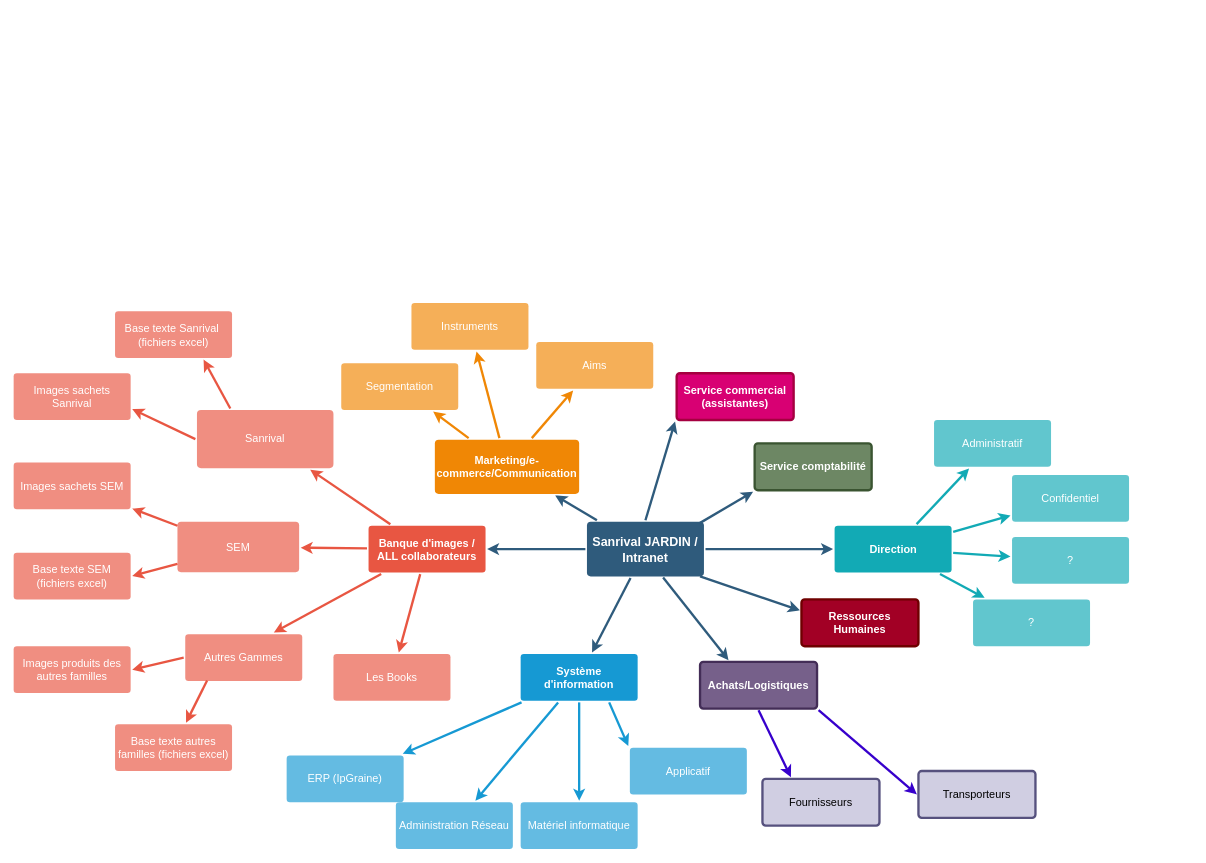
This is Untitled Diagram.drawio from abretaire/repo_antoine, a draw.io file, before an edit. Source tidied: cells renumbered, new cells numbered last; positions are measured from the earlier drawing's top-left corner, leaving out a move shared by most shapes. Both pictures are drawn from the tidied source at 78%, with x=0, y=0 at pixel (13, 303).
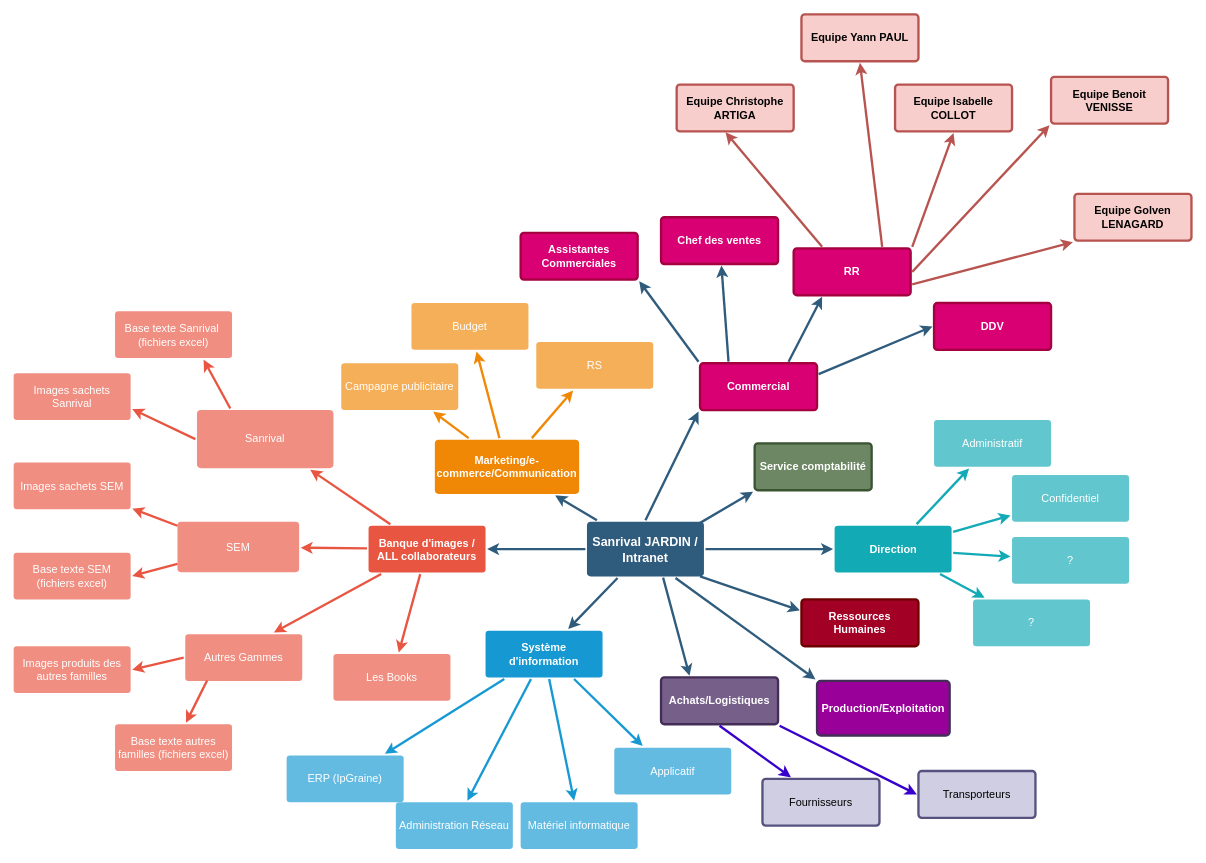
Above is the later version.

Commit message:
Architecture SI Sanrival JARDIN.drawio

The change refers to these unchanged cells:
```xml
<mxCell id="6" value="Sanrival JARDIN / Intranet" style="rounded=1;whiteSpace=wrap;html=1;shadow=0;labelBackgroundColor=none;strokeColor=none;strokeWidth=3;fillColor=#2F5B7C;fontFamily=Helvetica;fontSize=16;fontColor=#FFFFFF;align=center;fontStyle=1;spacing=5;arcSize=7;perimeterSpacing=2;" parent="1" vertex="1">
  <mxGeometry x="735" y="280.5" width="150" height="70" as="geometry" />
</mxCell>
```

Diff of the diagram source:
```diff
@@
     <mxCell id="17" value="Système d'information" style="rounded=1;whiteSpace=wrap;html=1;shadow=0;labelBackgroundColor=none;strokeColor=none;strokeWidth=3;fillColor=#1699d3;fontFamily=Helvetica;fontSize=14;fontColor=#FFFFFF;align=center;spacing=5;fontStyle=1;arcSize=7;perimeterSpacing=2;" parent="1" vertex="1">
-      <mxGeometry x="650" y="450" width="150" height="60" as="geometry" />
+      <mxGeometry x="605" y="420" width="150" height="60" as="geometry" />
     </mxCell>
@@
-    <mxCell id="22" value="Aims&lt;br&gt;" style="rounded=1;whiteSpace=wrap;html=1;shadow=0;labelBackgroundColor=none;strokeColor=none;strokeWidth=3;fillColor=#f5af58;fontFamily=Helvetica;fontSize=14;fontColor=#FFFFFF;align=center;spacing=5;arcSize=7;perimeterSpacing=2;" parent="1" vertex="1">
+    <mxCell id="22" value="RS" style="rounded=1;whiteSpace=wrap;html=1;shadow=0;labelBackgroundColor=none;strokeColor=none;strokeWidth=3;fillColor=#f5af58;fontFamily=Helvetica;fontSize=14;fontColor=#FFFFFF;align=center;spacing=5;arcSize=7;perimeterSpacing=2;" parent="1" vertex="1">
       <mxGeometry x="670" y="50" width="150" height="60" as="geometry" />
     </mxCell>
@@
-    <mxCell id="24" value="Instruments" style="rounded=1;whiteSpace=wrap;html=1;shadow=0;labelBackgroundColor=none;strokeColor=none;strokeWidth=3;fillColor=#f5af58;fontFamily=Helvetica;fontSize=14;fontColor=#FFFFFF;align=center;spacing=5;arcSize=7;perimeterSpacing=2;" parent="1" vertex="1">
+    <mxCell id="24" value="Budget" style="rounded=1;whiteSpace=wrap;html=1;shadow=0;labelBackgroundColor=none;strokeColor=none;strokeWidth=3;fillColor=#f5af58;fontFamily=Helvetica;fontSize=14;fontColor=#FFFFFF;align=center;spacing=5;arcSize=7;perimeterSpacing=2;" parent="1" vertex="1">
       <mxGeometry x="510" width="150" height="60" as="geometry" />
     </mxCell>
@@
-    <mxCell id="26" value="Segmentation" style="rounded=1;whiteSpace=wrap;html=1;shadow=0;labelBackgroundColor=none;strokeColor=none;strokeWidth=3;fillColor=#f5af58;fontFamily=Helvetica;fontSize=14;fontColor=#FFFFFF;align=center;spacing=5;arcSize=7;perimeterSpacing=2;" parent="1" vertex="1">
+    <mxCell id="26" value="Campagne publicitaire" style="rounded=1;whiteSpace=wrap;html=1;shadow=0;labelBackgroundColor=none;strokeColor=none;strokeWidth=3;fillColor=#f5af58;fontFamily=Helvetica;fontSize=14;fontColor=#FFFFFF;align=center;spacing=5;arcSize=7;perimeterSpacing=2;" parent="1" vertex="1">
       <mxGeometry x="420" y="77.2" width="150" height="60" as="geometry" />
     </mxCell>
@@
-    <mxCell id="51" style="edgeStyle=none;rounded=0;jumpStyle=none;html=1;shadow=0;labelBackgroundColor=none;startArrow=none;startFill=0;endArrow=classic;endFill=1;jettySize=auto;strokeColor=#1699D3;strokeWidth=3;fontFamily=Helvetica;fontSize=14;fontColor=#FFFFFF;spacing=5;entryX=0;entryY=0;entryDx=0;entryDy=0;exitX=0.75;exitY=1;exitDx=0;exitDy=0;" parent="1" edge="1" source="17" target="52">
+    <mxCell id="51" style="edgeStyle=none;rounded=0;jumpStyle=none;html=1;shadow=0;labelBackgroundColor=none;startArrow=none;startFill=0;endArrow=classic;endFill=1;jettySize=auto;strokeColor=#1699D3;strokeWidth=3;fontFamily=Helvetica;fontSize=14;fontColor=#FFFFFF;spacing=5;entryX=0.25;entryY=0;entryDx=0;entryDy=0;exitX=0.75;exitY=1;exitDx=0;exitDy=0;" parent="1" edge="1" source="17" target="52">
       <mxGeometry relative="1" as="geometry" />
     </mxCell>
     <mxCell id="52" value="Applicatif" style="rounded=1;whiteSpace=wrap;html=1;shadow=0;labelBackgroundColor=none;strokeColor=none;strokeWidth=3;fillColor=#64bbe2;fontFamily=Helvetica;fontSize=14;fontColor=#FFFFFF;align=center;spacing=5;arcSize=7;perimeterSpacing=2;" parent="1" vertex="1">
-      <mxGeometry x="790" y="570" width="150" height="60" as="geometry" />
+      <mxGeometry x="770" y="570" width="150" height="60" as="geometry" />
     </mxCell>
@@
     <mxCell id="57" value="Achats/Logistiques" style="rounded=1;whiteSpace=wrap;html=1;shadow=0;labelBackgroundColor=none;strokeColor=#432D57;strokeWidth=3;fillColor=#76608a;fontFamily=Helvetica;fontSize=14;fontColor=#ffffff;align=center;spacing=5;fontStyle=1;arcSize=7;perimeterSpacing=2;" parent="1" vertex="1">
-      <mxGeometry x="880" y="460" width="150" height="60" as="geometry" />
+      <mxGeometry x="830" y="480" width="150" height="60" as="geometry" />
     </mxCell>
@@
-    <mxCell id="64" value="Service commercial (assistantes)" style="rounded=1;whiteSpace=wrap;html=1;shadow=0;labelBackgroundColor=none;strokeColor=#A50040;strokeWidth=3;fillColor=#d80073;fontFamily=Helvetica;fontSize=14;fontColor=#ffffff;align=center;spacing=5;fontStyle=1;arcSize=7;perimeterSpacing=2;" parent="1" vertex="1">
-      <mxGeometry x="850" y="90" width="150" height="60" as="geometry" />
+    <mxCell id="64" value="Commercial" style="rounded=1;whiteSpace=wrap;html=1;shadow=0;labelBackgroundColor=none;strokeColor=#A50040;strokeWidth=3;fillColor=#d80073;fontFamily=Helvetica;fontSize=14;fontColor=#ffffff;align=center;spacing=5;fontStyle=1;arcSize=7;perimeterSpacing=2;" parent="1" vertex="1">
+      <mxGeometry x="880" y="77.2" width="150" height="60" as="geometry" />
     </mxCell>
+    <mxCell id="65" style="edgeStyle=none;rounded=0;jumpStyle=none;html=1;shadow=0;labelBackgroundColor=none;startArrow=none;startFill=0;endArrow=classic;endFill=1;jettySize=auto;strokeColor=#2F5B7C;strokeWidth=3;fontFamily=Helvetica;fontSize=16;fontColor=#23445D;spacing=5;exitX=0.25;exitY=0;exitDx=0;exitDy=0;" parent="1" edge="1" source="64" target="66">
+      <mxGeometry relative="1" as="geometry" />
+    </mxCell>
+    <mxCell id="66" value="Chef des ventes" style="rounded=1;whiteSpace=wrap;html=1;shadow=0;labelBackgroundColor=none;strokeColor=#A50040;strokeWidth=3;fillColor=#d80073;fontFamily=Helvetica;fontSize=14;fontColor=#ffffff;align=center;spacing=5;fontStyle=1;arcSize=7;perimeterSpacing=2;" parent="1" vertex="1">
+      <mxGeometry x="830" y="-110" width="150" height="60" as="geometry" />
+    </mxCell>
+    <mxCell id="67" value="RR" style="rounded=1;whiteSpace=wrap;html=1;shadow=0;labelBackgroundColor=none;strokeColor=#A50040;strokeWidth=3;fillColor=#d80073;fontFamily=Helvetica;fontSize=14;fontColor=#ffffff;align=center;spacing=5;fontStyle=1;arcSize=7;perimeterSpacing=2;" parent="1" vertex="1">
+      <mxGeometry x="1000" y="-70" width="150" height="60" as="geometry" />
+    </mxCell>
+    <mxCell id="68" style="edgeStyle=none;rounded=0;jumpStyle=none;html=1;shadow=0;labelBackgroundColor=none;startArrow=none;startFill=0;endArrow=classic;endFill=1;jettySize=auto;strokeColor=#2F5B7C;strokeWidth=3;fontFamily=Helvetica;fontSize=16;fontColor=#23445D;spacing=5;exitX=0.75;exitY=0;exitDx=0;exitDy=0;entryX=0.25;entryY=1;entryDx=0;entryDy=0;" parent="1" edge="1" source="64" target="67">
+      <mxGeometry relative="1" as="geometry" />
+    </mxCell>
+    <mxCell id="69" value="DDV" style="rounded=1;whiteSpace=wrap;html=1;shadow=0;labelBackgroundColor=none;strokeColor=#A50040;strokeWidth=3;fillColor=#d80073;fontFamily=Helvetica;fontSize=14;fontColor=#ffffff;align=center;spacing=5;fontStyle=1;arcSize=7;perimeterSpacing=2;" parent="1" vertex="1">
+      <mxGeometry x="1180" width="150" height="60" as="geometry" />
+    </mxCell>
+    <mxCell id="70" style="edgeStyle=none;rounded=0;jumpStyle=none;html=1;shadow=0;labelBackgroundColor=none;startArrow=none;startFill=0;endArrow=classic;endFill=1;jettySize=auto;strokeColor=#2F5B7C;strokeWidth=3;fontFamily=Helvetica;fontSize=16;fontColor=#23445D;spacing=5;exitX=1;exitY=0.25;exitDx=0;exitDy=0;entryX=0;entryY=0.5;entryDx=0;entryDy=0;" parent="1" edge="1" source="64" target="69">
+      <mxGeometry relative="1" as="geometry" />
+    </mxCell>
+    <mxCell id="71" value="Equipe Christophe ARTIGA" style="rounded=1;whiteSpace=wrap;html=1;shadow=0;labelBackgroundColor=none;strokeColor=#b85450;strokeWidth=3;fillColor=#f8cecc;fontFamily=Helvetica;fontSize=14;align=center;spacing=5;fontStyle=1;arcSize=7;perimeterSpacing=2;" parent="1" vertex="1">
+      <mxGeometry x="850" y="-280" width="150" height="60" as="geometry" />
+    </mxCell>
+    <mxCell id="72" style="edgeStyle=none;rounded=0;jumpStyle=none;html=1;shadow=0;labelBackgroundColor=none;startArrow=none;startFill=0;endArrow=classic;endFill=1;jettySize=auto;strokeColor=#b85450;strokeWidth=3;fontFamily=Helvetica;fontSize=16;fontColor=#23445D;spacing=5;exitX=0.25;exitY=0;exitDx=0;exitDy=0;entryX=0.42;entryY=0.987;entryDx=0;entryDy=0;entryPerimeter=0;fillColor=#f8cecc;" parent="1" edge="1" source="67" target="71">
+      <mxGeometry relative="1" as="geometry" />
+    </mxCell>
+    <mxCell id="73" value="Equipe Yann PAUL" style="rounded=1;whiteSpace=wrap;html=1;shadow=0;labelBackgroundColor=none;strokeColor=#b85450;strokeWidth=3;fillColor=#f8cecc;fontFamily=Helvetica;fontSize=14;align=center;spacing=5;fontStyle=1;arcSize=7;perimeterSpacing=2;" parent="1" vertex="1">
+      <mxGeometry x="1010" y="-370" width="150" height="60" as="geometry" />
+    </mxCell>
+    <mxCell id="74" value="Equipe Isabelle COLLOT" style="rounded=1;whiteSpace=wrap;html=1;shadow=0;labelBackgroundColor=none;strokeColor=#b85450;strokeWidth=3;fillColor=#f8cecc;fontFamily=Helvetica;fontSize=14;align=center;spacing=5;fontStyle=1;arcSize=7;perimeterSpacing=2;" parent="1" vertex="1">
+      <mxGeometry x="1130" y="-280" width="150" height="60" as="geometry" />
+    </mxCell>
+    <mxCell id="75" style="edgeStyle=none;rounded=0;jumpStyle=none;html=1;shadow=0;labelBackgroundColor=none;startArrow=none;startFill=0;endArrow=classic;endFill=1;jettySize=auto;strokeColor=#b85450;strokeWidth=3;fontFamily=Helvetica;fontSize=16;fontColor=#23445D;spacing=5;exitX=0.75;exitY=0;exitDx=0;exitDy=0;entryX=0.5;entryY=1;entryDx=0;entryDy=0;fillColor=#f8cecc;" parent="1" edge="1" source="67" target="73">
+      <mxGeometry relative="1" as="geometry" />
+    </mxCell>
+    <mxCell id="76" style="edgeStyle=none;rounded=0;jumpStyle=none;html=1;shadow=0;labelBackgroundColor=none;startArrow=none;startFill=0;endArrow=classic;endFill=1;jettySize=auto;strokeColor=#b85450;strokeWidth=3;fontFamily=Helvetica;fontSize=16;fontColor=#23445D;spacing=5;entryX=0.5;entryY=1;entryDx=0;entryDy=0;exitX=1;exitY=0;exitDx=0;exitDy=0;fillColor=#f8cecc;" parent="1" edge="1" source="67" target="74">
+      <mxGeometry relative="1" as="geometry" />
+    </mxCell>
+    <mxCell id="77" value="Equipe Benoit VENISSE" style="rounded=1;whiteSpace=wrap;html=1;shadow=0;labelBackgroundColor=none;strokeColor=#b85450;strokeWidth=3;fillColor=#f8cecc;fontFamily=Helvetica;fontSize=14;align=center;spacing=5;fontStyle=1;arcSize=7;perimeterSpacing=2;" parent="1" vertex="1">
+      <mxGeometry x="1330" y="-290" width="150" height="60" as="geometry" />
+    </mxCell>
+    <mxCell id="78" style="edgeStyle=none;rounded=0;jumpStyle=none;html=1;shadow=0;labelBackgroundColor=none;startArrow=none;startFill=0;endArrow=classic;endFill=1;jettySize=auto;strokeColor=#b85450;strokeWidth=3;fontFamily=Helvetica;fontSize=16;fontColor=#23445D;spacing=5;exitX=1;exitY=0.5;exitDx=0;exitDy=0;entryX=0;entryY=1;entryDx=0;entryDy=0;fillColor=#f8cecc;" parent="1" edge="1" source="67" target="77">
+      <mxGeometry relative="1" as="geometry" />
+    </mxCell>
+    <mxCell id="79" value="Equipe Golven LENAGARD" style="rounded=1;whiteSpace=wrap;html=1;shadow=0;labelBackgroundColor=none;strokeColor=#b85450;strokeWidth=3;fillColor=#f8cecc;fontFamily=Helvetica;fontSize=14;align=center;spacing=5;fontStyle=1;arcSize=7;perimeterSpacing=2;" parent="1" vertex="1">
+      <mxGeometry x="1360" y="-140" width="150" height="60" as="geometry" />
+    </mxCell>
+    <mxCell id="80" style="edgeStyle=none;rounded=0;jumpStyle=none;html=1;shadow=0;labelBackgroundColor=none;startArrow=none;startFill=0;endArrow=classic;endFill=1;jettySize=auto;strokeColor=#b85450;strokeWidth=3;fontFamily=Helvetica;fontSize=16;fontColor=#23445D;spacing=5;exitX=1;exitY=0.75;exitDx=0;exitDy=0;entryX=0;entryY=1;entryDx=0;entryDy=0;fillColor=#f8cecc;" parent="1" edge="1" source="67" target="79">
+      <mxGeometry relative="1" as="geometry" />
+    </mxCell>
+    <mxCell id="81" style="edgeStyle=none;rounded=0;jumpStyle=none;html=1;shadow=0;labelBackgroundColor=none;startArrow=none;startFill=0;endArrow=classic;endFill=1;jettySize=auto;strokeColor=#2F5B7C;strokeWidth=3;fontFamily=Helvetica;fontSize=16;fontColor=#23445D;spacing=5;exitX=0;exitY=0;exitDx=0;exitDy=0;entryX=1;entryY=1;entryDx=0;entryDy=0;" parent="1" edge="1" source="64" target="82">
+      <mxGeometry relative="1" as="geometry" />
+    </mxCell>
+    <mxCell id="82" value="Assistantes Commerciales" style="rounded=1;whiteSpace=wrap;html=1;shadow=0;labelBackgroundColor=none;strokeColor=#A50040;strokeWidth=3;fillColor=#d80073;fontFamily=Helvetica;fontSize=14;fontColor=#ffffff;align=center;spacing=5;fontStyle=1;arcSize=7;perimeterSpacing=2;" parent="1" vertex="1">
+      <mxGeometry x="650" y="-90" width="150" height="60" as="geometry" />
+    </mxCell>
+    <mxCell id="83" style="edgeStyle=none;rounded=0;jumpStyle=none;html=1;shadow=0;labelBackgroundColor=none;startArrow=none;startFill=0;endArrow=classic;endFill=1;jettySize=auto;strokeColor=#2F5B7C;strokeWidth=3;fontFamily=Helvetica;fontSize=16;fontColor=#23445D;spacing=5;exitX=0.75;exitY=1;exitDx=0;exitDy=0;entryX=0;entryY=0;entryDx=0;entryDy=0;" parent="1" edge="1" source="6" target="84">
+      <mxGeometry relative="1" as="geometry" />
+    </mxCell>
+    <mxCell id="84" value="Production/Exploitation" style="rounded=1;whiteSpace=wrap;html=1;shadow=0;labelBackgroundColor=none;strokeColor=#432D57;strokeWidth=3;fillColor=#990099;fontFamily=Helvetica;fontSize=14;fontColor=#ffffff;align=center;spacing=5;fontStyle=1;arcSize=7;perimeterSpacing=2;" parent="1" vertex="1">
+      <mxGeometry x="1030" y="484.5" width="170" height="70" as="geometry" />
+    </mxCell>
```
